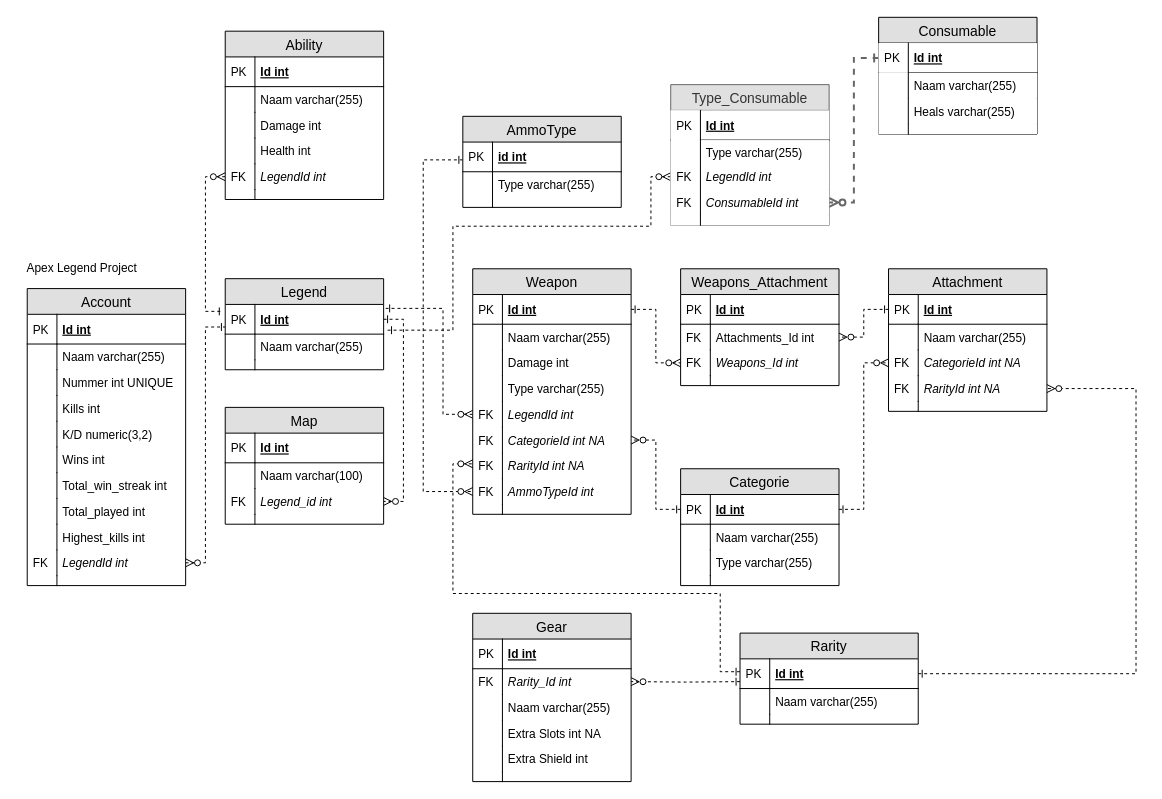
This is Project Apex KLAAR.drawio from donnie1998/thomasmore2019-2020, a draw.io file, before an edit. Source tidied: cells renumbered, new cells numbered last; positions are measured from the earlier drawing's top-left corner, leaving out a move shared by most shapes. Both pictures are drawn from the tidied source at 99%, with x=0, y=0 at pixel (17, 17).
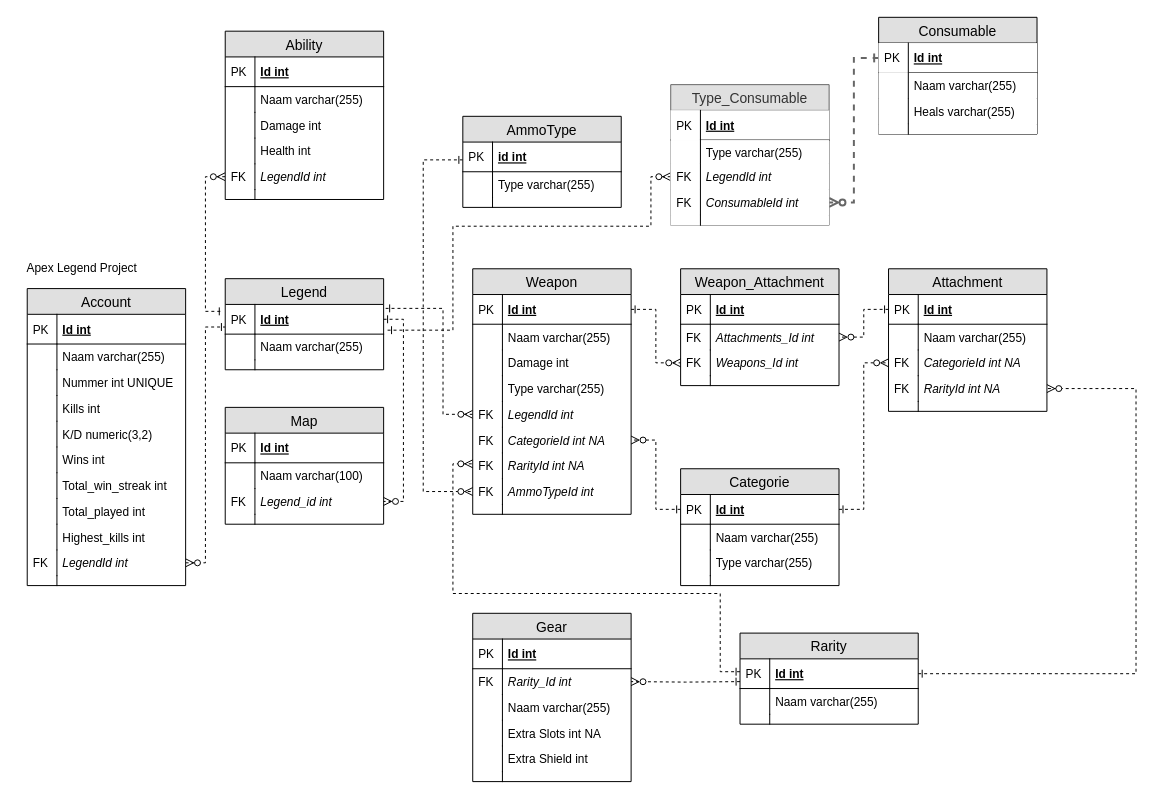
Above is the later version.

Change to the diagram source:
```diff
@@
-    <mxCell id="85" value="Weapons_Attachment" style="swimlane;fontStyle=0;horizontal=1;startSize=26;fillColor=#e0e0e0;swimlaneFillColor=#ffffff;align=center;fontSize=14;" parent="1" vertex="1">
+    <mxCell id="85" value="Weapon_Attachment" style="swimlane;fontStyle=0;horizontal=1;startSize=26;fillColor=#e0e0e0;swimlaneFillColor=#ffffff;align=center;fontSize=14;" parent="1" vertex="1">
       <mxGeometry x="670" y="254" width="160" height="118" as="geometry" />
     </mxCell>
@@
-    <mxCell id="88" value="Attachments_Id int" style="shape=partialRectangle;top=0;left=0;right=0;bottom=0;align=left;verticalAlign=top;fillColor=none;spacingLeft=34;spacingRight=4;overflow=hidden;points=[[0,0.5],[1,0.5]];portConstraint=eastwest;fontSize=12;fontStyle=0;" parent="85" vertex="1">
+    <mxCell id="88" value="Attachments_Id int" style="shape=partialRectangle;top=0;left=0;right=0;bottom=0;align=left;verticalAlign=top;fillColor=none;spacingLeft=34;spacingRight=4;overflow=hidden;points=[[0,0.5],[1,0.5]];portConstraint=eastwest;fontSize=12;fontStyle=2;" parent="85" vertex="1">
       <mxGeometry y="56" width="160" height="26" as="geometry" />
     </mxCell>
```
